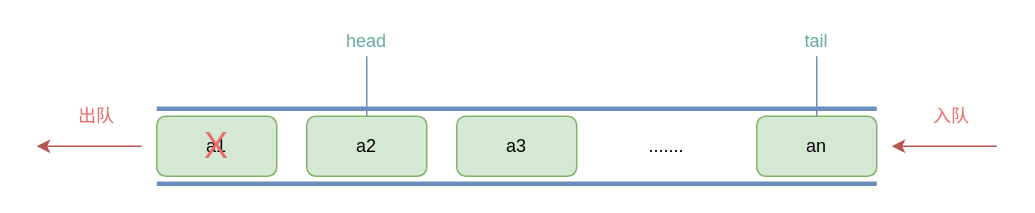
overnote/over-algorithm keeps this draw.io diagram as images/structure/queue-02.drawio. Above is the earlier version. Source tidied: cells renumbered, new cells numbered last; positions are measured from the earlier drawing's top-left corner, leaving out a move shared by most shapes. Both pictures are drawn from the tidied source at 150%, with x=0, y=0 at pixel (36, 26).
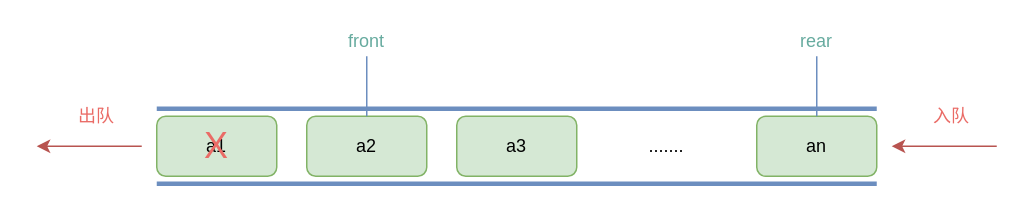
The same page after the edit.

Change to the diagram source:
```diff
@@
-    <mxCell id="11" value="head" style="text;html=1;align=center;verticalAlign=middle;whiteSpace=wrap;rounded=0;fontColor=#67AB9F;" parent="1" vertex="1">
+    <mxCell id="11" value="front" style="text;html=1;align=center;verticalAlign=middle;whiteSpace=wrap;rounded=0;fontColor=#67AB9F;" parent="1" vertex="1">
       <mxGeometry x="200" width="40" height="20" as="geometry" />
     </mxCell>
@@
-    <mxCell id="13" value="tail" style="text;html=1;align=center;verticalAlign=middle;whiteSpace=wrap;rounded=0;fontColor=#67AB9F;" parent="1" vertex="1">
+    <mxCell id="13" value="rear" style="text;html=1;align=center;verticalAlign=middle;whiteSpace=wrap;rounded=0;fontColor=#67AB9F;" parent="1" vertex="1">
       <mxGeometry x="500" width="40" height="20" as="geometry" />
     </mxCell>
```
